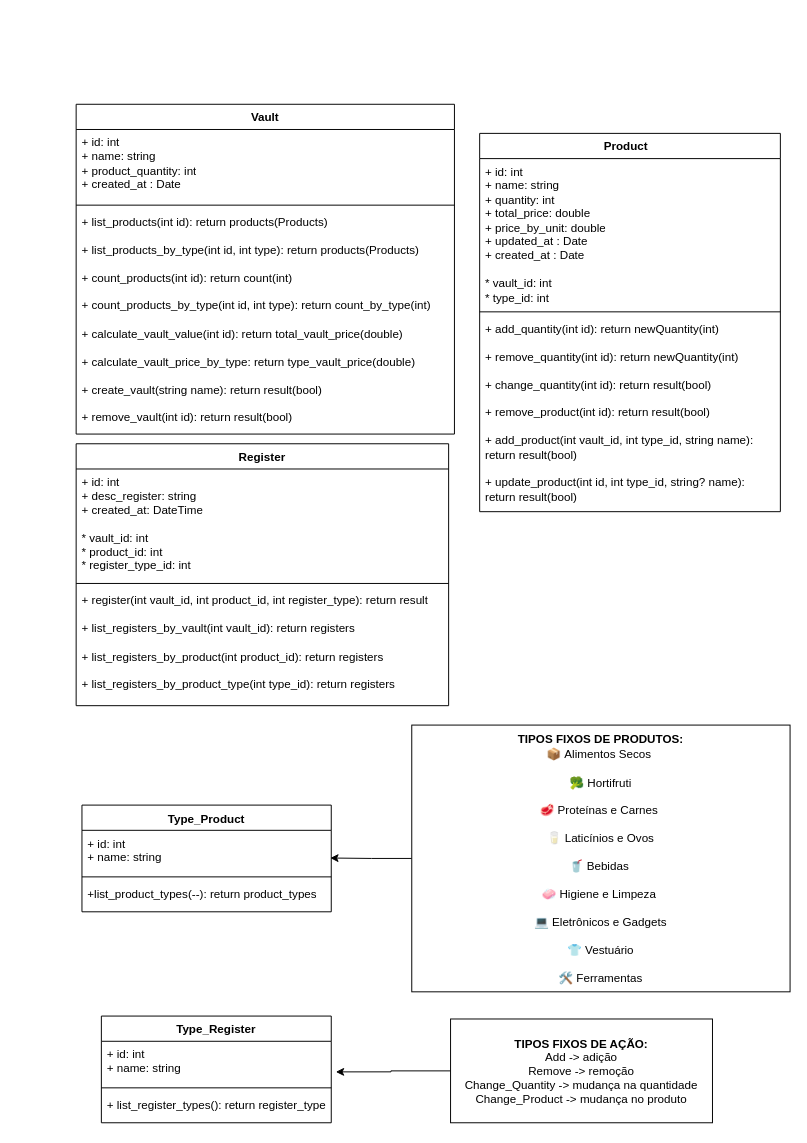
This is VaultRoom.drawio from dev-joaovitor/vault-room, a draw.io file, before an edit. Source tidied: cells renumbered, new cells numbered last; positions are measured from the earlier drawing's top-left corner, leaving out a move shared by most shapes. Both pictures are drawn from the tidied source at 97%, with x=0, y=0 at pixel (76, 104).
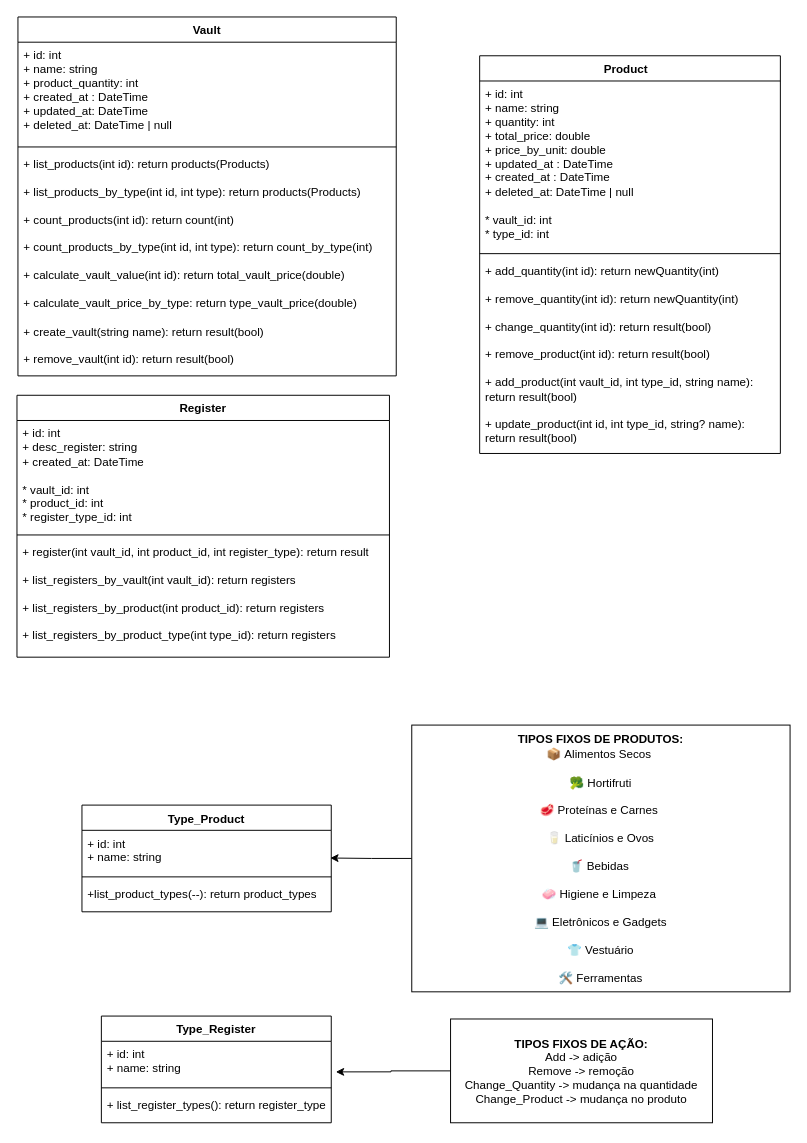
Above is the later version.

Commit message:
docs(uml): add `deleted_at` to soft deletable columns

Change to the diagram source:
```diff
@@
     <mxCell id="2" value="&lt;div&gt;Vault&lt;/div&gt;" style="swimlane;fontStyle=1;align=center;verticalAlign=top;horizontal=1;startSize=26;whiteSpace=wrap;html=1;" parent="1" vertex="1">
-      <mxGeometry width="390" height="340" as="geometry" />
+      <mxGeometry x="-60" y="-90" width="390" height="370" as="geometry" />
     </mxCell>
-    <mxCell id="3" value="+ id: int&lt;div&gt;+ name: string&lt;/div&gt;&lt;div&gt;+ product_quantity: int&lt;/div&gt;&lt;div&gt;+ created_at : Date&lt;/div&gt;" style="text;strokeColor=none;fillColor=none;align=left;verticalAlign=top;spacingLeft=4;spacingRight=4;overflow=hidden;whiteSpace=wrap;html=1;" parent="2" vertex="1">
-      <mxGeometry y="26" width="390" height="74" as="geometry" />
+    <mxCell id="3" value="+ id: int&lt;div&gt;+ name: string&lt;/div&gt;&lt;div&gt;+ product_quantity: int&lt;/div&gt;&lt;div&gt;+ created_at : DateTime&lt;/div&gt;&lt;div&gt;+ updated_at: DateTime&lt;/div&gt;&lt;div&gt;+ deleted_at: DateTime | null&lt;/div&gt;" style="text;strokeColor=none;fillColor=none;align=left;verticalAlign=top;spacingLeft=4;spacingRight=4;overflow=hidden;whiteSpace=wrap;html=1;" parent="2" vertex="1">
+      <mxGeometry y="26" width="390" height="104" as="geometry" />
     </mxCell>
     <mxCell id="4" style="line;strokeWidth=1;fillColor=none;align=left;verticalAlign=middle;spacingTop=-1;spacingLeft=3;spacingRight=3;labelPosition=right;strokeColor=inherit;" parent="2" vertex="1">
-      <mxGeometry y="100" width="390" height="8" as="geometry" />
+      <mxGeometry y="130" width="390" height="8" as="geometry" />
     </mxCell>
     <mxCell id="5" value="+ list_products(int id): return products(Products)&lt;div&gt;&lt;br&gt;&lt;div&gt;+ list_products_by_type(int id, int type): return products(Products)&lt;/div&gt;&lt;div&gt;&lt;br&gt;&lt;/div&gt;&lt;div&gt;+ count_products(int id): return count&lt;span style=&quot;background-color: transparent; color: light-dark(rgb(0, 0, 0), rgb(255, 255, 255));&quot;&gt;(int)&lt;/span&gt;&lt;/div&gt;&lt;div&gt;&lt;br&gt;&lt;/div&gt;&lt;div&gt;+ count_products_by_type(int id, int type): return count_by_type(int)&lt;/div&gt;&lt;div&gt;&lt;br&gt;&lt;/div&gt;&lt;div&gt;+ calculate_vault_value(int id): return total_vault_price(double)&lt;/div&gt;&lt;div&gt;&lt;br&gt;&lt;/div&gt;&lt;div&gt;+ calculate_vault_price_by_type: return type_vault_price(double)&lt;/div&gt;&lt;div&gt;&lt;br&gt;&lt;/div&gt;&lt;div&gt;+ create_vault(string name): return result&lt;span style=&quot;background-color: transparent; color: light-dark(rgb(0, 0, 0), rgb(255, 255, 255));&quot;&gt;(bool)&lt;/span&gt;&lt;/div&gt;&lt;div&gt;&lt;br&gt;&lt;/div&gt;&lt;div&gt;+ remove_vault(int id): return result&lt;span style=&quot;background-color: transparent; color: light-dark(rgb(0, 0, 0), rgb(255, 255, 255));&quot;&gt;(bool)&lt;/span&gt;&lt;/div&gt;&lt;/div&gt;" style="text;strokeColor=none;fillColor=none;align=left;verticalAlign=top;spacingLeft=4;spacingRight=4;overflow=hidden;whiteSpace=wrap;html=1;" parent="2" vertex="1">
-      <mxGeometry y="108" width="390" height="232" as="geometry" />
+      <mxGeometry y="138" width="390" height="232" as="geometry" />
     </mxCell>
     <mxCell id="6" value="&lt;div&gt;Product&lt;span style=&quot;white-space: pre;&quot;&gt;&#9;&lt;/span&gt;&lt;/div&gt;" style="swimlane;fontStyle=1;align=center;verticalAlign=top;horizontal=1;startSize=26;whiteSpace=wrap;html=1;" parent="1" vertex="1">
-      <mxGeometry x="416" y="30" width="310" height="390" as="geometry" />
+      <mxGeometry x="416" y="-50" width="310" height="410" as="geometry" />
     </mxCell>
-    <mxCell id="7" value="+ id: int&lt;div&gt;+ name: string&lt;br&gt;+ quantity: int&lt;/div&gt;&lt;div&gt;+ total_price: double&lt;/div&gt;&lt;div&gt;+ price_by_unit: double&lt;/div&gt;&lt;div&gt;+ updated_at : Date&lt;/div&gt;&lt;div&gt;+ created_at : Date&lt;/div&gt;&lt;div&gt;&lt;br&gt;&lt;/div&gt;&lt;div&gt;* vault_id: int&lt;/div&gt;&lt;div&gt;* type_id: int&lt;/div&gt;&lt;div&gt;&lt;br&gt;&lt;/div&gt;" style="text;strokeColor=none;fillColor=none;align=left;verticalAlign=top;spacingLeft=4;spacingRight=4;overflow=hidden;whiteSpace=wrap;html=1;" parent="6" vertex="1">
-      <mxGeometry y="26" width="310" height="154" as="geometry" />
+    <mxCell id="7" value="+ id: int&lt;div&gt;+ name: string&lt;br&gt;+ quantity: int&lt;/div&gt;&lt;div&gt;+ total_price: double&lt;/div&gt;&lt;div&gt;+ price_by_unit: double&lt;/div&gt;&lt;div&gt;+ updated_at : DateTime&lt;/div&gt;&lt;div&gt;+ created_at : DateTime&lt;/div&gt;&lt;div&gt;+ deleted_at: DateTime | null&lt;/div&gt;&lt;div&gt;&lt;br&gt;&lt;/div&gt;&lt;div&gt;* vault_id: int&lt;/div&gt;&lt;div&gt;* type_id: int&lt;/div&gt;&lt;div&gt;&lt;br&gt;&lt;/div&gt;" style="text;strokeColor=none;fillColor=none;align=left;verticalAlign=top;spacingLeft=4;spacingRight=4;overflow=hidden;whiteSpace=wrap;html=1;" parent="6" vertex="1">
+      <mxGeometry y="26" width="310" height="174" as="geometry" />
     </mxCell>
     <mxCell id="8" style="line;strokeWidth=1;fillColor=none;align=left;verticalAlign=middle;spacingTop=-1;spacingLeft=3;spacingRight=3;labelPosition=right;strokeColor=inherit;" parent="6" vertex="1">
-      <mxGeometry y="180" width="310" height="8" as="geometry" />
+      <mxGeometry y="200" width="310" height="8" as="geometry" />
     </mxCell>
     <mxCell id="9" value="+ add_quantity(int id): return newQuantity(int)&lt;div&gt;&lt;br&gt;&lt;div&gt;+ remove_quantity(int id): return newQuantity(int)&lt;/div&gt;&lt;div&gt;&lt;br&gt;&lt;/div&gt;&lt;div&gt;+ change_quantity(int id): return result(bool)&lt;/div&gt;&lt;div&gt;&lt;br&gt;&lt;/div&gt;&lt;div&gt;+ remove_product(int id): return result&lt;span style=&quot;background-color: transparent; color: light-dark(rgb(0, 0, 0), rgb(255, 255, 255));&quot;&gt;(bool)&lt;/span&gt;&lt;/div&gt;&lt;div&gt;&lt;br&gt;&lt;/div&gt;&lt;div&gt;+ add_product(int vault_id, int type_id, string name): return result&lt;span style=&quot;background-color: transparent; color: light-dark(rgb(0, 0, 0), rgb(255, 255, 255));&quot;&gt;(bool)&lt;/span&gt;&lt;/div&gt;&lt;/div&gt;&lt;div&gt;&lt;span style=&quot;background-color: transparent; color: light-dark(rgb(0, 0, 0), rgb(255, 255, 255));&quot;&gt;&lt;br&gt;&lt;/span&gt;&lt;/div&gt;&lt;div&gt;&lt;span style=&quot;background-color: transparent; color: light-dark(rgb(0, 0, 0), rgb(255, 255, 255));&quot;&gt;+ update_product(int id, int type_id, string? name): return result(bool)&lt;/span&gt;&lt;/div&gt;" style="text;strokeColor=none;fillColor=none;align=left;verticalAlign=top;spacingLeft=4;spacingRight=4;overflow=hidden;whiteSpace=wrap;html=1;fontStyle=0;" parent="6" vertex="1">
-      <mxGeometry y="188" width="310" height="202" as="geometry" />
+      <mxGeometry y="208" width="310" height="202" as="geometry" />
     </mxCell>
@@
     <mxCell id="14" value="&lt;div&gt;Register&lt;/div&gt;" style="swimlane;fontStyle=1;align=center;verticalAlign=top;horizontal=1;startSize=26;whiteSpace=wrap;html=1;" parent="1" vertex="1">
-      <mxGeometry y="350" width="384" height="270" as="geometry" />
+      <mxGeometry x="-61" y="300" width="384" height="270" as="geometry" />
     </mxCell>
```
